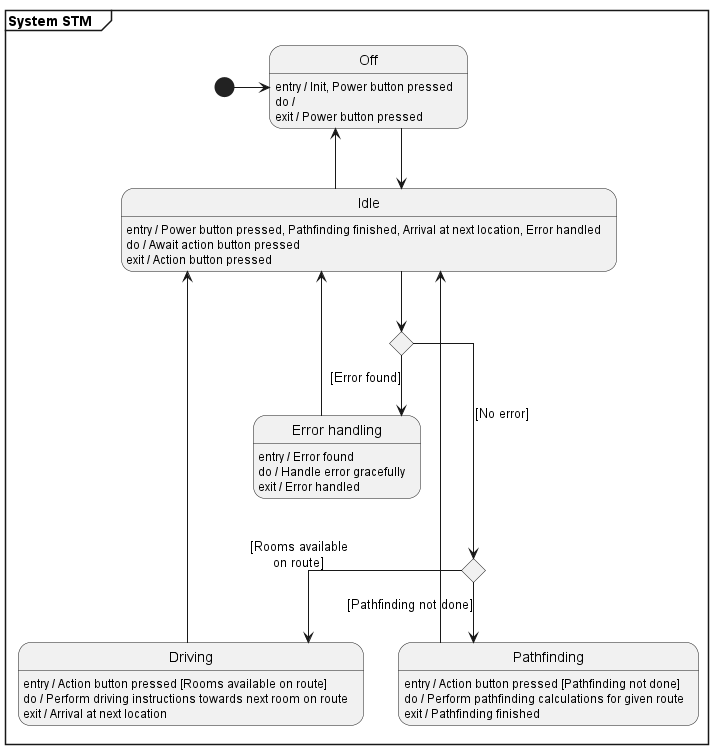
Above: docs/diagrams/out/Software architecture/System STM.png in lineklemensen/PRJ3 (PlantUML), before the change. Source of this version:
```plantuml
@startuml System STM

skinparam Linetype ortho

mainframe **System STM\t**

state Off
state Idle
state Driving
state Pathfinding
state "Error handling" as err
state e <<choice>>
state c1 <<choice>>

Off : entry / Init, Power button pressed
Off : do / /'Potentially wait for power button pressed'/
Off : exit / Power button pressed

Idle : entry / Power button pressed, Pathfinding finished, Arrival at next location, Error handled
Idle : do / Await action button pressed
Idle : exit / Action button pressed

Driving : entry / Action button pressed [Rooms available on route]
Driving : do / Perform driving instructions towards next room on route
Driving : exit / Arrival at next location

Pathfinding : entry / Action button pressed [Pathfinding not done]
Pathfinding : do / Perform pathfinding calculations for given route
Pathfinding : exit / Pathfinding finished

err : entry / Error found
err : do / Handle error gracefully
err : exit / Error handled


[*] -r-> Off

Off -d-> Idle
Idle -u-> Off

Idle --> e
e ---> c1 : [No error]
e --> err : [Error found]
c1 --> Driving : [Rooms available\non route]
c1 --> Pathfinding : [Pathfinding not done]

Pathfinding --> Idle
Driving --> Idle
err --> Idle


@enduml
```
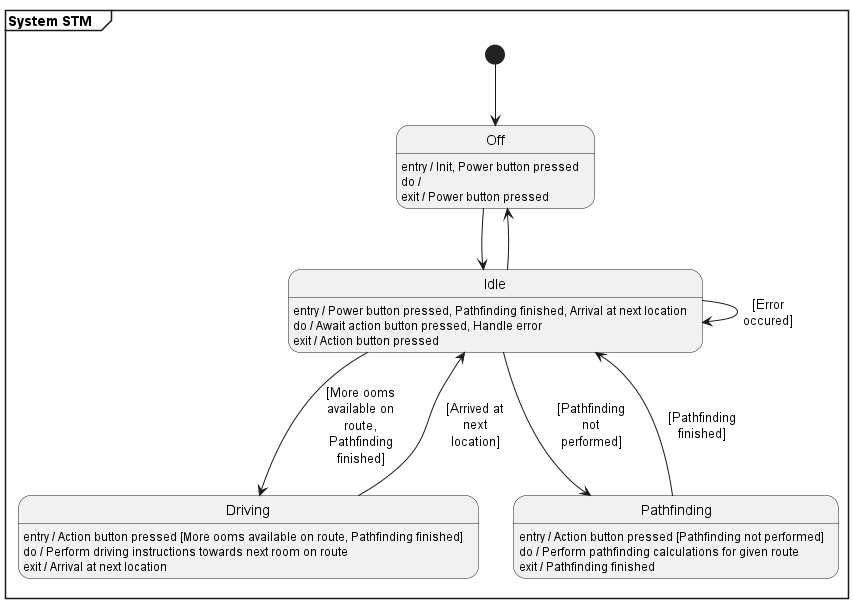
Later version of the same file.

Commit message:
Update stm per jenny 'feedback'

The edit, as a diff of the source:
```diff
@@ -1,52 +1,41 @@
 @startuml System STM
 
-skinparam Linetype ortho
-
+skinparam MaxMessageSize 70
 mainframe **System STM\t**
 
 state Off
 state Idle
 state Driving
 state Pathfinding
-state "Error handling" as err
-state e <<choice>>
-state c1 <<choice>>
 
 Off : entry / Init, Power button pressed
 Off : do / /'Potentially wait for power button pressed'/
 Off : exit / Power button pressed
 
-Idle : entry / Power button pressed, Pathfinding finished, Arrival at next location, Error handled
-Idle : do / Await action button pressed
+Idle : entry / Power button pressed, Pathfinding finished, Arrival at next location
+Idle : do / Await action button pressed, Handle error
 Idle : exit / Action button pressed
 
-Driving : entry / Action button pressed [Rooms available on route]
+Driving : entry / Action button pressed [More ooms available on route, Pathfinding finished]
 Driving : do / Perform driving instructions towards next room on route
 Driving : exit / Arrival at next location
 
-Pathfinding : entry / Action button pressed [Pathfinding not done]
+Pathfinding : entry / Action button pressed [Pathfinding not performed]
 Pathfinding : do / Perform pathfinding calculations for given route
 Pathfinding : exit / Pathfinding finished
 
-err : entry / Error found
-err : do / Handle error gracefully
-err : exit / Error handled
 
-
-[*] -r-> Off
+[*] -d-> Off
 
 Off -d-> Idle
 Idle -u-> Off
 
-Idle --> e
-e ---> c1 : [No error]
-e --> err : [Error found]
-c1 --> Driving : [Rooms available\non route]
-c1 --> Pathfinding : [Pathfinding not done]
+Idle --> Driving : [More ooms available on route, Pathfinding finished]
+Driving --> Idle : [Arrived at next location]
 
-Pathfinding --> Idle
-Driving --> Idle
-err --> Idle
+Idle --> Pathfinding : [Pathfinding not performed]
+Pathfinding --> Idle : [Pathfinding finished]
 
+Idle -d-> Idle : [Error occured]
 
 @enduml
```
